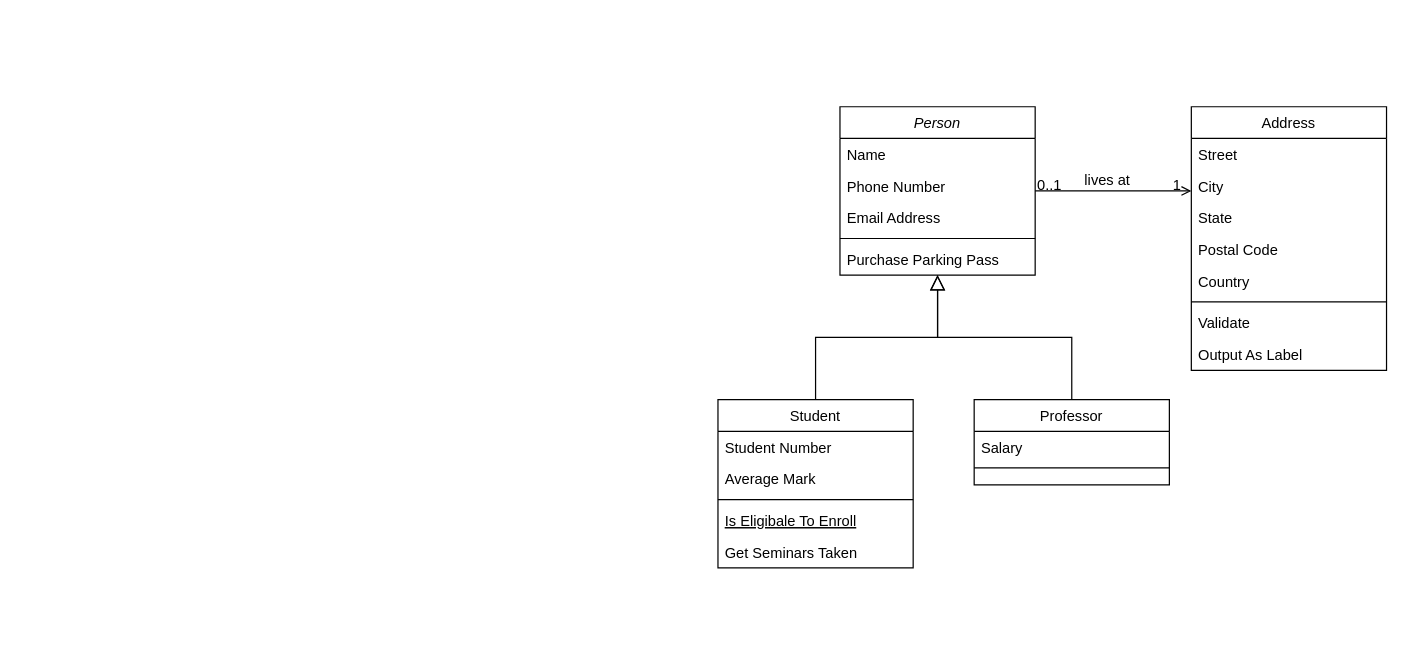
Earlier version of the draw.io diagram find-job-database.drawio (LVQA1998/libraby). Source tidied: cells renumbered, new cells numbered last; positions are measured from the earlier drawing's top-left corner, leaving out a move shared by most shapes. Both pictures are drawn from the tidied source at 122%, with x=0, y=0 at pixel (717, 106).
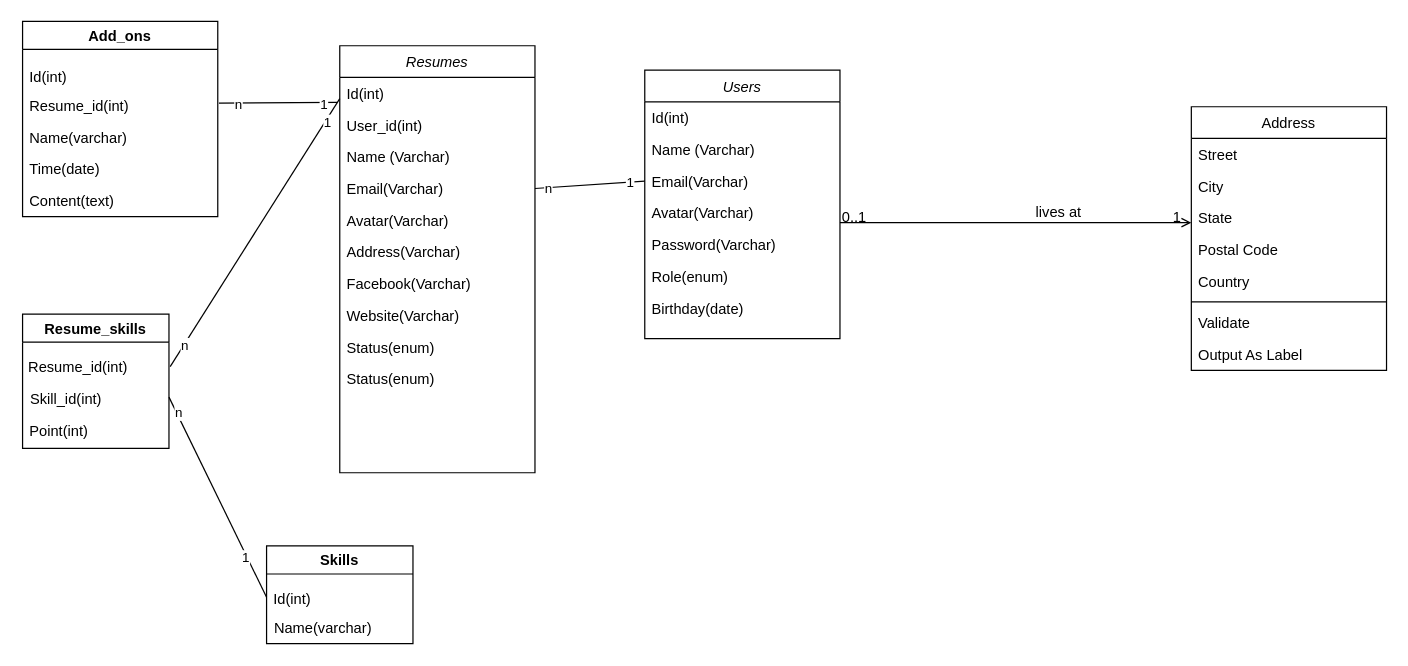
The same diagram, later.

What changed in the source:
```diff
@@
-    <mxCell id="2" value="Person" style="swimlane;fontStyle=2;align=center;verticalAlign=top;horizontal=1;startSize=26;rounded=0;shadow=0;strokeWidth=1;" parent="1" vertex="1">
-      <mxGeometry x="100" width="160" height="138" as="geometry" />
+    <mxCell id="2" value="Users" style="swimlane;fontStyle=2;align=center;verticalAlign=top;horizontal=1;startSize=26;rounded=0;shadow=0;strokeWidth=1;" parent="1" vertex="1">
+      <mxGeometry x="-60" y="-30" width="160" height="220" as="geometry" />
     </mxCell>
+    <mxCell id="32" value="Id(int)" style="text;align=left;verticalAlign=top;spacingLeft=4;spacingRight=4;overflow=hidden;" parent="2" vertex="1">
+      <mxGeometry y="26" width="160" height="26" as="geometry" />
+    </mxCell>
-    <mxCell id="3" value="Name" style="text;align=left;verticalAlign=top;spacingLeft=4;spacingRight=4;overflow=hidden;" parent="2" vertex="1">
-      <mxGeometry y="26" width="160" height="26" as="geometry" />
+    <mxCell id="3" value="Name (Varchar)" style="text;align=left;verticalAlign=top;spacingLeft=4;spacingRight=4;overflow=hidden;" parent="2" vertex="1">
+      <mxGeometry y="52" width="160" height="26" as="geometry" />
     </mxCell>
+    <mxCell id="5" value="Email(Varchar)" style="text;align=left;verticalAlign=top;spacingLeft=4;spacingRight=4;overflow=hidden;points=[[0,0.5],[1,0.5]];portConstraint=eastwest;rounded=0;shadow=0;html=0;" parent="2" vertex="1">
+      <mxGeometry y="78" width="160" height="26" as="geometry" />
+    </mxCell>
-    <mxCell id="4" value="Phone Number" style="text;align=left;verticalAlign=top;spacingLeft=4;spacingRight=4;overflow=hidden;rounded=0;shadow=0;html=0;" parent="2" vertex="1">
-      <mxGeometry y="52" width="160" height="26" as="geometry" />
+    <mxCell id="4" value="Avatar(Varchar)" style="text;align=left;verticalAlign=top;spacingLeft=4;spacingRight=4;overflow=hidden;rounded=0;shadow=0;html=0;" parent="2" vertex="1">
+      <mxGeometry y="104" width="160" height="26" as="geometry" />
     </mxCell>
-    <mxCell id="5" value="Email Address" style="text;align=left;verticalAlign=top;spacingLeft=4;spacingRight=4;overflow=hidden;points=[[0,0.5],[1,0.5]];portConstraint=eastwest;rounded=0;shadow=0;html=0;" parent="2" vertex="1">
-      <mxGeometry y="78" width="160" height="26" as="geometry" />
-    </mxCell>
-    <mxCell id="6" style="line;html=1;strokeWidth=1;align=left;verticalAlign=middle;spacingTop=-1;spacingLeft=3;spacingRight=3;labelPosition=right;" parent="2" vertex="1">
-      <mxGeometry y="104" width="160" height="8" as="geometry" />
-    </mxCell>
-    <mxCell id="7" value="Purchase Parking Pass" style="text;align=left;verticalAlign=top;spacingLeft=4;spacingRight=4;overflow=hidden;" parent="2" vertex="1">
-      <mxGeometry y="112" width="160" height="26" as="geometry" />
+    <mxCell id="7" value="Password(Varchar)" style="text;align=left;verticalAlign=top;spacingLeft=4;spacingRight=4;overflow=hidden;" parent="2" vertex="1">
+      <mxGeometry y="130" width="160" height="26" as="geometry" />
     </mxCell>
-    <mxCell id="8" value="Student" style="swimlane;fontStyle=0;align=center;verticalAlign=top;horizontal=1;startSize=26;rounded=0;shadow=0;strokeWidth=1;" parent="1" vertex="1">
-      <mxGeometry y="240" width="160" height="138" as="geometry" />
-    </mxCell>
-    <mxCell id="9" value="Student Number" style="text;align=left;verticalAlign=top;spacingLeft=4;spacingRight=4;overflow=hidden;" parent="8" vertex="1">
-      <mxGeometry y="26" width="160" height="26" as="geometry" />
-    </mxCell>
-    <mxCell id="10" value="Average Mark" style="text;align=left;verticalAlign=top;spacingLeft=4;spacingRight=4;overflow=hidden;rounded=0;shadow=0;html=0;" parent="8" vertex="1">
-      <mxGeometry y="52" width="160" height="26" as="geometry" />
-    </mxCell>
-    <mxCell id="11" style="line;html=1;strokeWidth=1;align=left;verticalAlign=middle;spacingTop=-1;spacingLeft=3;spacingRight=3;labelPosition=right;" parent="8" vertex="1">
-      <mxGeometry y="78" width="160" height="8" as="geometry" />
-    </mxCell>
-    <mxCell id="12" value="Is Eligibale To Enroll" style="text;align=left;verticalAlign=top;spacingLeft=4;spacingRight=4;overflow=hidden;fontStyle=4;" parent="8" vertex="1">
-      <mxGeometry y="86" width="160" height="26" as="geometry" />
-    </mxCell>
-    <mxCell id="13" value="Get Seminars Taken" style="text;align=left;verticalAlign=top;spacingLeft=4;spacingRight=4;overflow=hidden;" parent="8" vertex="1">
-      <mxGeometry y="112" width="160" height="26" as="geometry" />
-    </mxCell>
-    <mxCell id="14" style="endArrow=block;endSize=10;endFill=0;shadow=0;strokeWidth=1;rounded=0;edgeStyle=elbowEdgeStyle;elbow=vertical;" parent="1" edge="1" source="8" target="2">
-      <mxGeometry relative="1" as="geometry" />
-    </mxCell>
-    <mxCell id="15" value="Professor" style="swimlane;fontStyle=0;align=center;verticalAlign=top;horizontal=1;startSize=26;rounded=0;shadow=0;strokeWidth=1;" parent="1" vertex="1">
-      <mxGeometry x="210" y="240" width="160" height="70" as="geometry" />
-    </mxCell>
-    <mxCell id="16" value="Salary" style="text;align=left;verticalAlign=top;spacingLeft=4;spacingRight=4;overflow=hidden;" parent="15" vertex="1">
-      <mxGeometry y="26" width="160" height="26" as="geometry" />
-    </mxCell>
-    <mxCell id="17" style="line;html=1;strokeWidth=1;align=left;verticalAlign=middle;spacingTop=-1;spacingLeft=3;spacingRight=3;labelPosition=right;" parent="15" vertex="1">
-      <mxGeometry y="52" width="160" height="8" as="geometry" />
-    </mxCell>
-    <mxCell id="18" style="endArrow=block;endSize=10;endFill=0;shadow=0;strokeWidth=1;rounded=0;edgeStyle=elbowEdgeStyle;elbow=vertical;" parent="1" edge="1" source="15" target="2">
-      <mxGeometry relative="1" as="geometry" />
-    </mxCell>
+    <mxCell id="33" value="Role(enum)" style="text;align=left;verticalAlign=top;spacingLeft=4;spacingRight=4;overflow=hidden;" parent="2" vertex="1">
+      <mxGeometry y="156" width="160" height="26" as="geometry" />
+    </mxCell>
+    <mxCell id="34" value="Birthday(date)" style="text;align=left;verticalAlign=top;spacingLeft=4;spacingRight=4;overflow=hidden;" parent="2" vertex="1">
+      <mxGeometry y="182" width="160" height="26" as="geometry" />
+    </mxCell>
@@
+    <mxCell id="35" parent="0" />
+    <mxCell id="36" style="edgeStyle=none;rounded=0;jettySize=auto;html=1;endArrow=none;endFill=0;exitX=-0.012;exitY=0.782;exitDx=0;exitDy=0;exitPerimeter=0;entryX=1.006;entryY=0.423;entryDx=0;entryDy=0;entryPerimeter=0;align=left;" parent="35" edge="1" source="40" target="55">
+      <mxGeometry relative="1" as="geometry" />
+    </mxCell>
+    <mxCell id="37" value="n" style="edgeLabel;html=1;align=center;verticalAlign=middle;" parent="36" vertex="1">
+      <mxGeometry x="0.69" y="1" relative="1" as="geometry" />
+    </mxCell>
+    <mxCell id="38" value="1" style="edgeLabel;html=1;align=center;verticalAlign=middle;" parent="36" vertex="1">
+      <mxGeometry x="-0.76" y="1" relative="1" as="geometry" />
+    </mxCell>
+    <mxCell id="39" value="Resumes" style="swimlane;fontStyle=2;align=center;verticalAlign=top;horizontal=1;startSize=26;rounded=0;shadow=0;strokeWidth=1;" parent="35" vertex="1">
+      <mxGeometry x="-310" y="-50" width="160" height="350" as="geometry" />
+    </mxCell>
+    <mxCell id="40" value="Id(int)" style="text;align=left;verticalAlign=top;spacingLeft=4;spacingRight=4;overflow=hidden;points=[[0,0.5],[1,0.5]];portConstraint=eastwest;" parent="39" vertex="1">
+      <mxGeometry y="26" width="160" height="26" as="geometry" />
+    </mxCell>
+    <mxCell id="41" value="User_id(int)" style="text;align=left;verticalAlign=top;spacingLeft=4;spacingRight=4;overflow=hidden;" parent="39" vertex="1">
+      <mxGeometry y="52" width="160" height="26" as="geometry" />
+    </mxCell>
+    <mxCell id="42" value="Name (Varchar)" style="text;align=left;verticalAlign=top;spacingLeft=4;spacingRight=4;overflow=hidden;" parent="39" vertex="1">
+      <mxGeometry y="78" width="160" height="26" as="geometry" />
+    </mxCell>
+    <mxCell id="43" value="Email(Varchar)" style="text;align=left;verticalAlign=top;spacingLeft=4;spacingRight=4;overflow=hidden;points=[[0,0.5],[1,0.5]];portConstraint=eastwest;rounded=0;shadow=0;html=0;" parent="39" vertex="1">
+      <mxGeometry y="104" width="160" height="26" as="geometry" />
+    </mxCell>
+    <mxCell id="44" value="Avatar(Varchar)" style="text;align=left;verticalAlign=top;spacingLeft=4;spacingRight=4;overflow=hidden;rounded=0;shadow=0;html=0;" parent="39" vertex="1">
+      <mxGeometry y="130" width="160" height="26" as="geometry" />
+    </mxCell>
+    <mxCell id="45" value="Address(Varchar)" style="text;align=left;verticalAlign=top;spacingLeft=4;spacingRight=4;overflow=hidden;rounded=0;shadow=0;html=0;" parent="39" vertex="1">
+      <mxGeometry y="156" width="160" height="26" as="geometry" />
+    </mxCell>
+    <mxCell id="46" value="Facebook(Varchar)" style="text;align=left;verticalAlign=top;spacingLeft=4;spacingRight=4;overflow=hidden;rounded=0;shadow=0;html=0;" parent="39" vertex="1">
+      <mxGeometry y="182" width="160" height="26" as="geometry" />
+    </mxCell>
+    <mxCell id="47" value="Website(Varchar)" style="text;align=left;verticalAlign=top;spacingLeft=4;spacingRight=4;overflow=hidden;rounded=0;shadow=0;html=0;" parent="39" vertex="1">
+      <mxGeometry y="208" width="160" height="26" as="geometry" />
+    </mxCell>
+    <mxCell id="48" value="Status(enum)" style="text;align=left;verticalAlign=top;spacingLeft=4;spacingRight=4;overflow=hidden;rounded=0;shadow=0;html=0;" parent="39" vertex="1">
+      <mxGeometry y="234" width="160" height="26" as="geometry" />
+    </mxCell>
+    <mxCell id="49" value="Status(enum)" style="text;align=left;verticalAlign=top;spacingLeft=4;spacingRight=4;overflow=hidden;rounded=0;shadow=0;html=0;" parent="39" vertex="1">
+      <mxGeometry y="260" width="160" height="26" as="geometry" />
+    </mxCell>
+    <mxCell id="50" style="rounded=0;jettySize=auto;html=1;exitX=1;exitY=0.5;exitDx=0;exitDy=0;entryX=0;entryY=0.5;entryDx=0;entryDy=0;endArrow=none;endFill=0;" parent="35" edge="1" source="43" target="5">
+      <mxGeometry relative="1" as="geometry" />
+    </mxCell>
+    <mxCell id="51" value="n" style="edgeLabel;html=1;align=center;verticalAlign=middle;" parent="50" vertex="1">
+      <mxGeometry x="-0.76" relative="1" as="geometry" />
+    </mxCell>
+    <mxCell id="52" value="1" style="edgeLabel;html=1;align=center;verticalAlign=middle;" parent="50" vertex="1">
+      <mxGeometry x="0.73" relative="1" as="geometry" />
+    </mxCell>
+    <mxCell id="53" value="Add_ons" style="swimlane;" parent="35" vertex="1">
+      <mxGeometry x="-570" y="-70" width="160" height="160" as="geometry" />
+    </mxCell>
+    <mxCell id="54" value="Id(int)" style="text;align=left;verticalAlign=top;spacingLeft=4;spacingRight=4;overflow=hidden;rounded=0;shadow=0;html=0;" parent="53" vertex="1">
+      <mxGeometry y="32" width="160" height="26" as="geometry" />
+    </mxCell>
+    <mxCell id="55" value="Resume_id(int)" style="text;align=left;verticalAlign=top;spacingLeft=4;spacingRight=4;overflow=hidden;points=[[0,0.5],[1,0.5]];portConstraint=eastwest;rounded=0;shadow=0;html=0;" parent="53" vertex="1">
+      <mxGeometry y="56" width="160" height="26" as="geometry" />
+    </mxCell>
+    <mxCell id="56" value="Name(varchar)" style="text;align=left;verticalAlign=top;spacingLeft=4;spacingRight=4;overflow=hidden;rounded=0;shadow=0;html=0;" parent="53" vertex="1">
+      <mxGeometry y="82" width="160" height="26" as="geometry" />
+    </mxCell>
+    <mxCell id="57" value="Time(date)" style="text;align=left;verticalAlign=top;spacingLeft=4;spacingRight=4;overflow=hidden;rounded=0;shadow=0;html=0;" parent="53" vertex="1">
+      <mxGeometry y="108" width="160" height="26" as="geometry" />
+    </mxCell>
+    <mxCell id="58" value="Content(text)" style="text;align=left;verticalAlign=top;spacingLeft=4;spacingRight=4;overflow=hidden;rounded=0;shadow=0;html=0;" parent="53" vertex="1">
+      <mxGeometry y="134" width="160" height="26" as="geometry" />
+    </mxCell>
+    <mxCell id="59" value="Skills" style="swimlane;" parent="35" vertex="1">
+      <mxGeometry x="-370" y="360" width="120" height="80" as="geometry" />
+    </mxCell>
+    <mxCell id="60" value="Id(int)" style="text;align=left;verticalAlign=top;spacingLeft=4;spacingRight=4;overflow=hidden;points=[[0,0.5],[1,0.5]];portConstraint=eastwest;rounded=0;shadow=0;html=0;" parent="59" vertex="1">
+      <mxGeometry y="30" width="119.5" height="24" as="geometry" />
+    </mxCell>
+    <mxCell id="61" value="Name(varchar)" style="text;align=left;verticalAlign=top;spacingLeft=4;spacingRight=4;overflow=hidden;rounded=0;shadow=0;html=0;" parent="59" vertex="1">
+      <mxGeometry x="0.5" y="54" width="119.5" height="24" as="geometry" />
+    </mxCell>
+    <mxCell id="62" value="Resume_skills" style="swimlane;" parent="35" vertex="1">
+      <mxGeometry x="-570" y="170" width="120" height="110" as="geometry" />
+    </mxCell>
+    <mxCell id="63" value="Resume_id(int)" style="text;align=left;verticalAlign=top;spacingLeft=4;spacingRight=4;overflow=hidden;points=[[0,0.5],[1,0.5]];portConstraint=eastwest;rounded=0;shadow=0;html=0;" parent="62" vertex="1">
+      <mxGeometry x="-1" y="30" width="122" height="26" as="geometry" />
+    </mxCell>
+    <mxCell id="64" value="Skill_id(int)" style="text;align=left;verticalAlign=top;spacingLeft=4;spacingRight=4;overflow=hidden;points=[[0,0.5],[1,0.5]];portConstraint=eastwest;rounded=0;shadow=0;html=0;" parent="62" vertex="1">
+      <mxGeometry x="0.5" y="56" width="119.5" height="24" as="geometry" />
+    </mxCell>
+    <mxCell id="65" value="Point(int)" style="text;align=left;verticalAlign=top;spacingLeft=4;spacingRight=4;overflow=hidden;rounded=0;shadow=0;html=0;" parent="62" vertex="1">
+      <mxGeometry y="82" width="122" height="26" as="geometry" />
+    </mxCell>
+    <mxCell id="66" style="edgeStyle=none;rounded=0;jettySize=auto;html=1;endArrow=none;endFill=0;entryX=1;entryY=0.5;entryDx=0;entryDy=0;exitX=0;exitY=0.667;exitDx=0;exitDy=0;exitPerimeter=0;" parent="35" edge="1" source="40" target="63">
+      <mxGeometry relative="1" as="geometry" />
+    </mxCell>
+    <mxCell id="67" value="1" style="edgeLabel;html=1;align=center;verticalAlign=middle;" parent="66" vertex="1">
+      <mxGeometry x="-0.83" y="1" relative="1" as="geometry" />
+    </mxCell>
+    <mxCell id="68" value="n" style="edgeLabel;html=1;align=center;verticalAlign=middle;" parent="66" vertex="1">
+      <mxGeometry x="0.84" relative="1" as="geometry" />
+    </mxCell>
+    <mxCell id="69" style="edgeStyle=none;rounded=0;jettySize=auto;html=1;endArrow=none;endFill=0;entryX=1;entryY=0.5;entryDx=0;entryDy=0;exitX=0;exitY=0.5;exitDx=0;exitDy=0;" parent="35" edge="1" source="60" target="64">
+      <mxGeometry relative="1" as="geometry" />
+    </mxCell>
+    <mxCell id="70" value="n" style="edgeLabel;html=1;align=center;verticalAlign=middle;" parent="69" vertex="1">
+      <mxGeometry x="0.84" y="-1" relative="1" as="geometry" />
+    </mxCell>
+    <mxCell id="71" value="1" style="edgeLabel;html=1;align=center;verticalAlign=middle;" parent="69" vertex="1">
+      <mxGeometry x="-0.59" y="1" relative="1" as="geometry" />
+    </mxCell>
```
